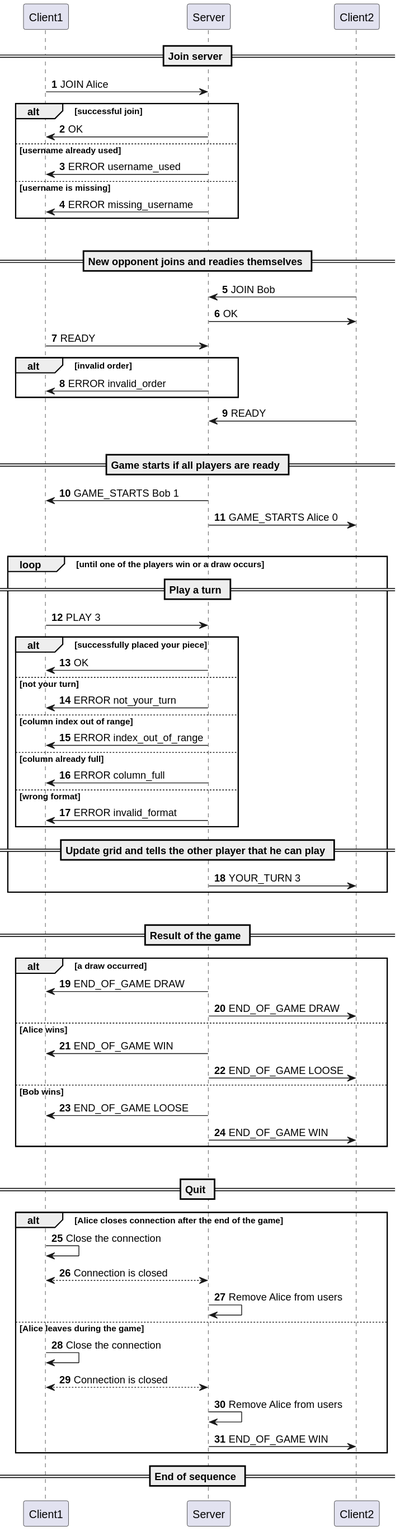
Earlier version of the PlantUML export docs/appProtocol/diag_protocol.svg (Tigid0u/connect-4).
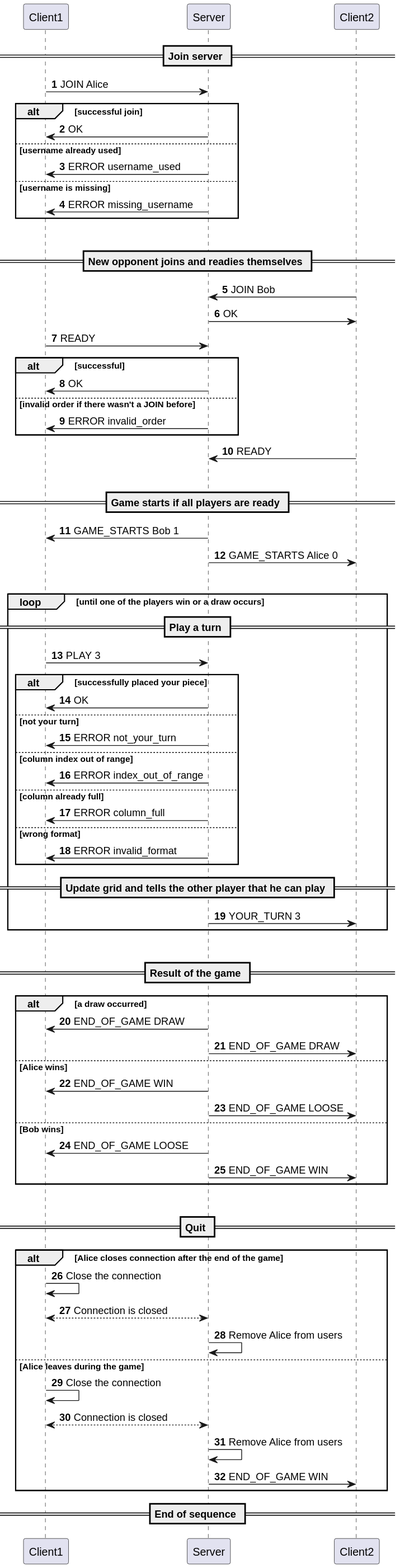
Later version of the same file.

What changed in the source:
```diff
@@ -31,7 +31,9 @@
 Server -> Client2: OK
 
 Client1 -> Server: READY
-alt invalid order
+alt successful
+Server -> Client1: OK
+else invalid order if there wasn't a JOIN before
 Server -> Client1: ERROR invalid_order
 end
 
```
